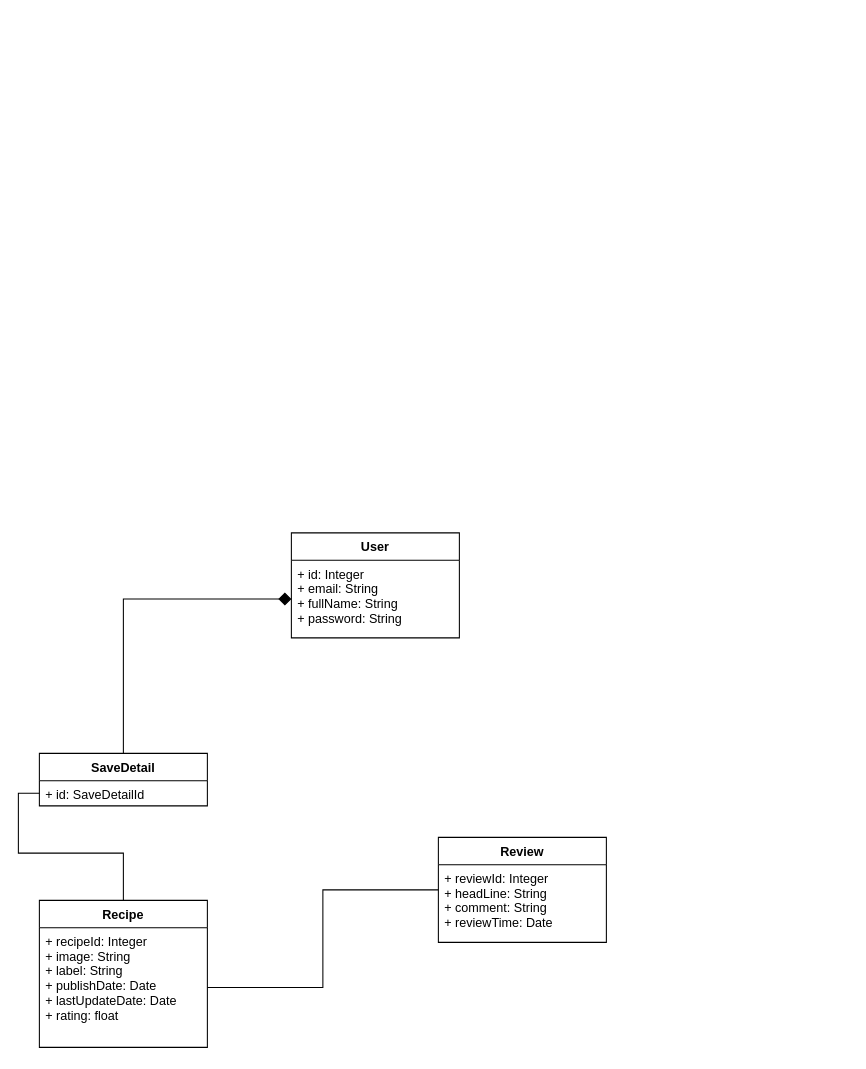
Above: uml.drawio in XiaoyangYan/NewMeal (draw.io), before the change. Source tidied: cells renumbered, new cells numbered last; positions are measured from the earlier drawing's top-left corner, leaving out a move shared by most shapes. Both pictures are drawn from the tidied source at 105%, with x=0, y=0 at pixel (39, 532).
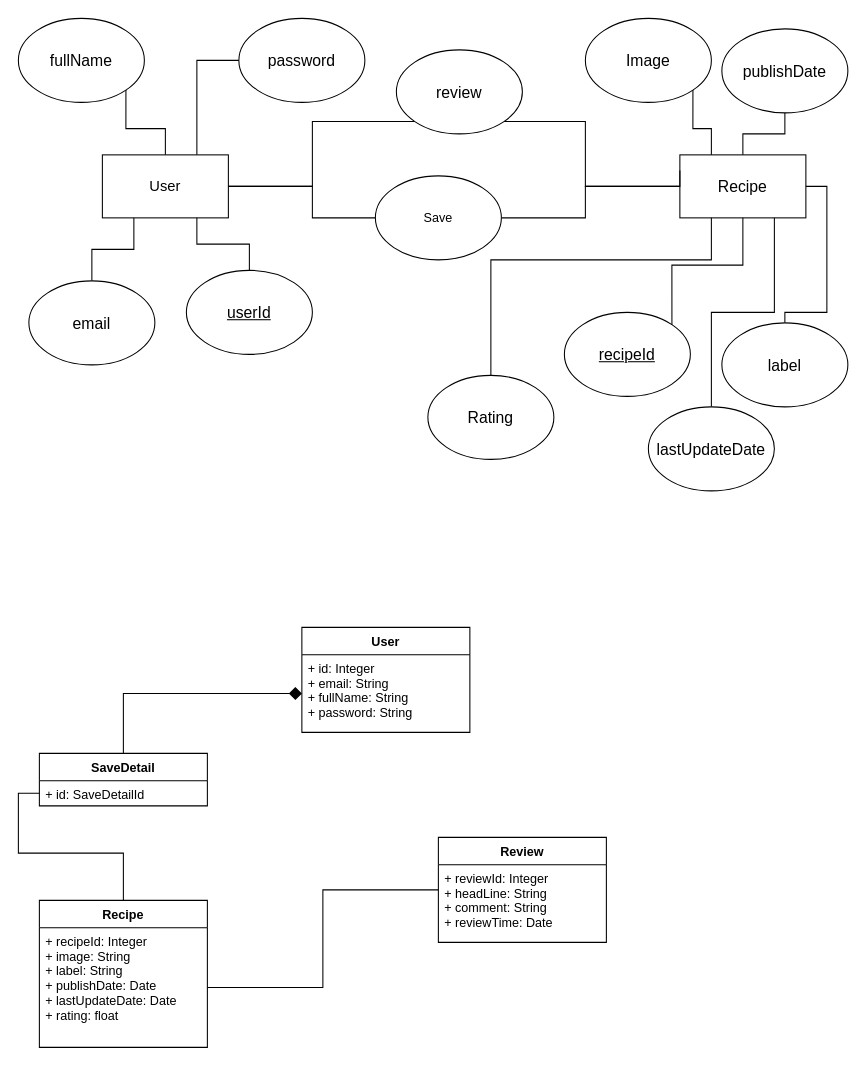
Above is the later version.

The edit, as a diff of the source:
```diff
@@
     <mxCell id="2" value="User" style="swimlane;fontStyle=1;align=center;verticalAlign=top;horizontal=1;startSize=26;" parent="1" vertex="1">
-      <mxGeometry x="240" width="160" height="100" as="geometry" />
+      <mxGeometry x="250" y="90" width="160" height="100" as="geometry" />
     </mxCell>
@@
+    <mxCell id="13" value="&lt;font style=&quot;font-size: 14px&quot;&gt;User&lt;/font&gt;" style="rounded=0;whiteSpace=wrap;html=1;" parent="1" vertex="1">
+      <mxGeometry x="60" y="-360" width="120" height="60" as="geometry" />
+    </mxCell>
+    <mxCell id="14" value="&lt;font style=&quot;font-size: 15px&quot;&gt;Recipe&lt;/font&gt;" style="rounded=0;whiteSpace=wrap;html=1;" parent="1" vertex="1">
+      <mxGeometry x="610" y="-360" width="120" height="60" as="geometry" />
+    </mxCell>
+    <mxCell id="15" style="edgeStyle=orthogonalEdgeStyle;rounded=0;jettySize=auto;html=1;exitX=0;exitY=0.5;exitDx=0;exitDy=0;endArrow=none;endFill=0;" parent="1" edge="1" source="17">
+      <mxGeometry relative="1" as="geometry">
+        <mxPoint x="180" y="-330" as="targetPoint" />
+        <Array as="points">
+          <mxPoint x="260" y="-300" />
+          <mxPoint x="260" y="-330" />
+        </Array>
+      </mxGeometry>
+    </mxCell>
+    <mxCell id="16" style="edgeStyle=orthogonalEdgeStyle;rounded=0;jettySize=auto;html=1;exitX=1;exitY=0.5;exitDx=0;exitDy=0;entryX=0;entryY=0.5;entryDx=0;entryDy=0;endArrow=none;endFill=0;" parent="1" edge="1" source="17" target="14">
+      <mxGeometry relative="1" as="geometry">
+        <Array as="points">
+          <mxPoint x="520" y="-300" />
+          <mxPoint x="520" y="-330" />
+        </Array>
+      </mxGeometry>
+    </mxCell>
+    <mxCell id="17" value="Save" style="ellipse;whiteSpace=wrap;html=1;" parent="1" vertex="1">
+      <mxGeometry x="320" y="-340" width="120" height="80" as="geometry" />
+    </mxCell>
+    <mxCell id="18" style="edgeStyle=orthogonalEdgeStyle;rounded=0;jettySize=auto;html=1;exitX=0;exitY=1;exitDx=0;exitDy=0;entryX=1;entryY=0.5;entryDx=0;entryDy=0;endArrow=none;endFill=0;" parent="1" edge="1" source="20" target="13">
+      <mxGeometry relative="1" as="geometry" />
+    </mxCell>
+    <mxCell id="19" style="edgeStyle=orthogonalEdgeStyle;rounded=0;jettySize=auto;html=1;exitX=1;exitY=1;exitDx=0;exitDy=0;endArrow=none;endFill=0;entryX=0;entryY=0.25;entryDx=0;entryDy=0;" parent="1" edge="1" source="20" target="14">
+      <mxGeometry relative="1" as="geometry">
+        <Array as="points">
+          <mxPoint x="520" y="-392" />
+          <mxPoint x="520" y="-330" />
+          <mxPoint x="610" y="-330" />
+        </Array>
+      </mxGeometry>
+    </mxCell>
+    <mxCell id="20" value="&lt;font style=&quot;font-size: 15px&quot;&gt;review&lt;/font&gt;" style="ellipse;whiteSpace=wrap;html=1;" parent="1" vertex="1">
+      <mxGeometry x="340" y="-460" width="120" height="80" as="geometry" />
+    </mxCell>
+    <mxCell id="21" style="edgeStyle=orthogonalEdgeStyle;rounded=0;jettySize=auto;html=1;exitX=0.5;exitY=0;exitDx=0;exitDy=0;entryX=0.25;entryY=1;entryDx=0;entryDy=0;endArrow=none;endFill=0;" parent="1" edge="1" source="22" target="13">
+      <mxGeometry relative="1" as="geometry" />
+    </mxCell>
+    <mxCell id="22" value="&lt;font style=&quot;font-size: 15px&quot;&gt;email&lt;/font&gt;" style="ellipse;whiteSpace=wrap;html=1;" parent="1" vertex="1">
+      <mxGeometry x="-10" y="-240" width="120" height="80" as="geometry" />
+    </mxCell>
+    <mxCell id="23" style="edgeStyle=orthogonalEdgeStyle;rounded=0;jettySize=auto;html=1;exitX=1;exitY=1;exitDx=0;exitDy=0;entryX=0.5;entryY=0;entryDx=0;entryDy=0;endArrow=none;endFill=0;" parent="1" edge="1" source="24" target="13">
+      <mxGeometry relative="1" as="geometry" />
+    </mxCell>
+    <mxCell id="24" value="&lt;font style=&quot;font-size: 15px&quot;&gt;fullName&lt;/font&gt;" style="ellipse;whiteSpace=wrap;html=1;" parent="1" vertex="1">
+      <mxGeometry x="-20" y="-490" width="120" height="80" as="geometry" />
+    </mxCell>
+    <mxCell id="25" style="edgeStyle=orthogonalEdgeStyle;rounded=0;jettySize=auto;html=1;exitX=1;exitY=0;exitDx=0;exitDy=0;entryX=0.5;entryY=1;entryDx=0;entryDy=0;endArrow=none;endFill=0;" parent="1" edge="1" source="26" target="14">
+      <mxGeometry relative="1" as="geometry" />
+    </mxCell>
+    <mxCell id="26" value="&lt;u&gt;&lt;font style=&quot;font-size: 15px&quot;&gt;recipeId&lt;/font&gt;&lt;/u&gt;" style="ellipse;whiteSpace=wrap;html=1;" parent="1" vertex="1">
+      <mxGeometry x="500" y="-210" width="120" height="80" as="geometry" />
+    </mxCell>
+    <mxCell id="27" style="edgeStyle=orthogonalEdgeStyle;rounded=0;jettySize=auto;html=1;exitX=0.5;exitY=1;exitDx=0;exitDy=0;entryX=0.5;entryY=0;entryDx=0;entryDy=0;endArrow=none;endFill=0;" parent="1" edge="1" source="28" target="14">
+      <mxGeometry relative="1" as="geometry" />
+    </mxCell>
+    <mxCell id="28" value="&lt;font style=&quot;font-size: 15px&quot;&gt;publishDate&lt;/font&gt;" style="ellipse;whiteSpace=wrap;html=1;" parent="1" vertex="1">
+      <mxGeometry x="650" y="-480" width="120" height="80" as="geometry" />
+    </mxCell>
+    <mxCell id="29" style="edgeStyle=orthogonalEdgeStyle;rounded=0;jettySize=auto;html=1;exitX=0.5;exitY=0;exitDx=0;exitDy=0;entryX=0.75;entryY=1;entryDx=0;entryDy=0;endArrow=none;endFill=0;" parent="1" edge="1" source="30" target="14">
+      <mxGeometry relative="1" as="geometry" />
+    </mxCell>
+    <mxCell id="30" value="&lt;font style=&quot;font-size: 15px&quot;&gt;lastUpdateDate&lt;/font&gt;" style="ellipse;whiteSpace=wrap;html=1;" parent="1" vertex="1">
+      <mxGeometry x="580" y="-120" width="120" height="80" as="geometry" />
+    </mxCell>
+    <mxCell id="31" style="edgeStyle=orthogonalEdgeStyle;rounded=0;jettySize=auto;html=1;exitX=0.5;exitY=0;exitDx=0;exitDy=0;entryX=1;entryY=0.5;entryDx=0;entryDy=0;endArrow=none;endFill=0;" parent="1" edge="1" source="32" target="14">
+      <mxGeometry relative="1" as="geometry">
+        <Array as="points">
+          <mxPoint x="750" y="-210" />
+          <mxPoint x="750" y="-330" />
+        </Array>
+      </mxGeometry>
+    </mxCell>
+    <mxCell id="32" value="&lt;font style=&quot;font-size: 15px&quot;&gt;label&lt;/font&gt;" style="ellipse;whiteSpace=wrap;html=1;" parent="1" vertex="1">
+      <mxGeometry x="650" y="-200" width="120" height="80" as="geometry" />
+    </mxCell>
+    <mxCell id="33" style="edgeStyle=orthogonalEdgeStyle;rounded=0;jettySize=auto;html=1;exitX=1;exitY=1;exitDx=0;exitDy=0;entryX=0.25;entryY=0;entryDx=0;entryDy=0;endArrow=none;endFill=0;" parent="1" edge="1" source="34" target="14">
+      <mxGeometry relative="1" as="geometry" />
+    </mxCell>
+    <mxCell id="34" value="&lt;font style=&quot;font-size: 15px&quot;&gt;Image&lt;/font&gt;" style="ellipse;whiteSpace=wrap;html=1;" parent="1" vertex="1">
+      <mxGeometry x="520" y="-490" width="120" height="80" as="geometry" />
+    </mxCell>
+    <mxCell id="35" style="edgeStyle=orthogonalEdgeStyle;rounded=0;jettySize=auto;html=1;exitX=0.5;exitY=0;exitDx=0;exitDy=0;entryX=0.25;entryY=1;entryDx=0;entryDy=0;endArrow=none;endFill=0;" parent="1" edge="1" source="36" target="14">
+      <mxGeometry relative="1" as="geometry">
+        <Array as="points">
+          <mxPoint x="430" y="-260" />
+          <mxPoint x="640" y="-260" />
+        </Array>
+      </mxGeometry>
+    </mxCell>
+    <mxCell id="36" value="&lt;font style=&quot;font-size: 15px&quot;&gt;Rating&lt;/font&gt;" style="ellipse;whiteSpace=wrap;html=1;" parent="1" vertex="1">
+      <mxGeometry x="370" y="-150" width="120" height="80" as="geometry" />
+    </mxCell>
+    <mxCell id="37" style="edgeStyle=orthogonalEdgeStyle;rounded=0;jettySize=auto;html=1;entryX=0.75;entryY=1;entryDx=0;entryDy=0;endArrow=none;endFill=0;" parent="1" edge="1" source="38" target="13">
+      <mxGeometry relative="1" as="geometry" />
+    </mxCell>
+    <mxCell id="38" value="&lt;u&gt;&lt;font style=&quot;font-size: 15px&quot;&gt;userId&lt;/font&gt;&lt;/u&gt;" style="ellipse;whiteSpace=wrap;html=1;" parent="1" vertex="1">
+      <mxGeometry x="140" y="-250" width="120" height="80" as="geometry" />
+    </mxCell>
+    <mxCell id="39" style="edgeStyle=orthogonalEdgeStyle;rounded=0;jettySize=auto;html=1;exitX=0;exitY=0.5;exitDx=0;exitDy=0;entryX=0.75;entryY=0;entryDx=0;entryDy=0;endArrow=none;endFill=0;" parent="1" edge="1" source="40" target="13">
+      <mxGeometry relative="1" as="geometry" />
+    </mxCell>
+    <mxCell id="40" value="&lt;span style=&quot;font-size: 15px&quot;&gt;password&lt;br&gt;&lt;/span&gt;" style="ellipse;whiteSpace=wrap;html=1;" parent="1" vertex="1">
+      <mxGeometry x="190" y="-490" width="120" height="80" as="geometry" />
+    </mxCell>
```
